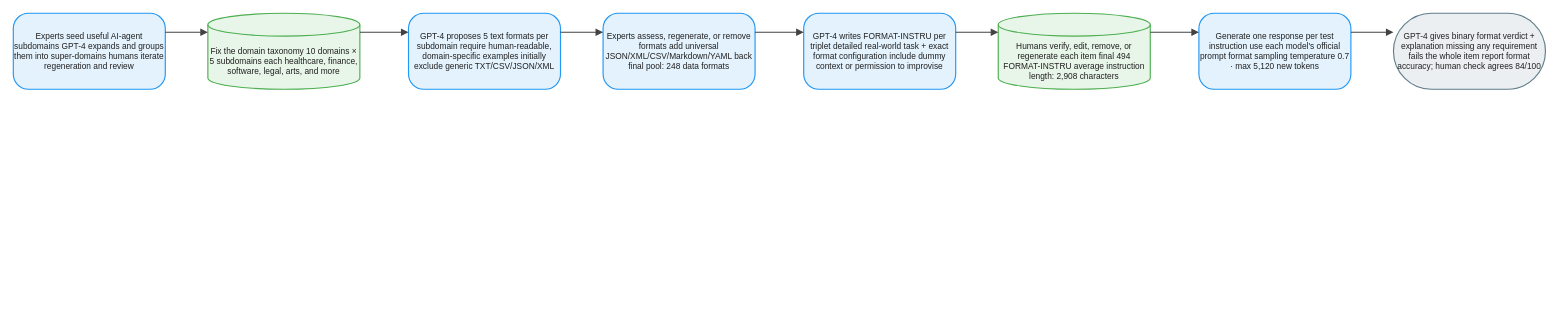
This is client/public/drawio/FOFO/FOFO.en.drawio from joe1chief/benchmark-hub, a draw.io file, before an edit. Source tidied: cells renumbered, new cells numbered last; positions are measured from the earlier drawing's top-left corner, leaving out a move shared by most shapes. Both pictures are drawn from the tidied source at 76%, with x=0, y=0 at pixel (13, 13).
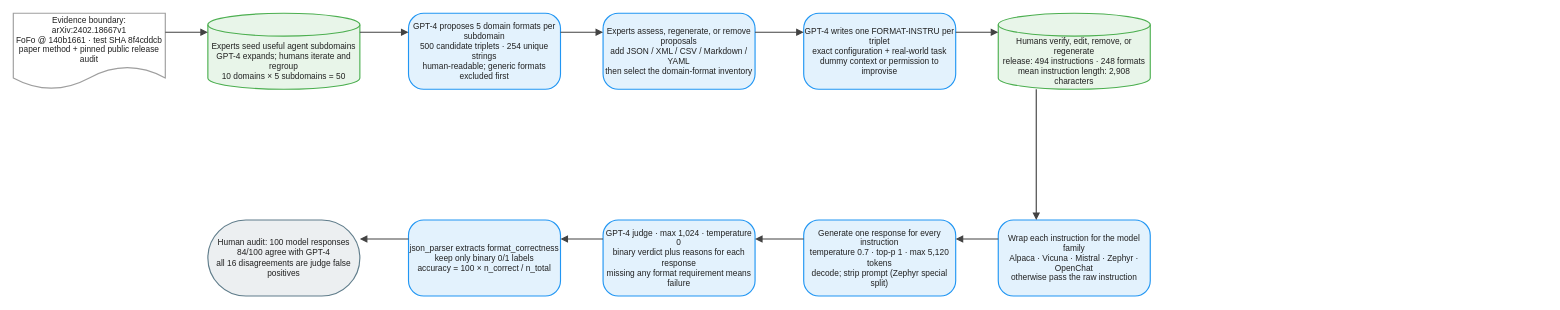
The same diagram, later.

Change to the diagram source:
```diff
@@
-    <mxCell id="2" value="Experts seed useful AI-agent subdomains GPT-4 expands and groups them into super-domains humans iterate regeneration and review" style="rounded=1;arcSize=20;html=1;whiteSpace=wrap;fillColor=#E3F2FD;strokeColor=#2196F3;strokeWidth=1.5;fontColor=#212121;fontSize=11;fontFamily=Arial, Helvetica, sans-serif;verticalAlign=middle;align=center;" parent="1" vertex="1">
+    <mxCell id="2" value="Evidence boundary: arXiv:2402.18667v1&#10;FoFo @ 140b1661 · test SHA 8f4cddcb&#10;paper method + pinned public release audit" style="shape=document;boundedLbl=1;html=0;convertToSvg=1;whiteSpace=wrap;fillColor=#FFFFFF;strokeColor=#9E9E9E;strokeWidth=1.5;fontColor=#212121;fontSize=11;fontFamily=Arial, Helvetica, sans-serif;verticalAlign=middle;align=center;" parent="1" vertex="1">
       <mxGeometry width="200" height="100" as="geometry" />
     </mxCell>
-    <mxCell id="3" value="Fix the domain taxonomy 10 domains × 5 subdomains each healthcare, finance, software, legal, arts, and more" style="shape=cylinder3;boundedLbl=1;backgroundOutline=1;size=15;html=1;whiteSpace=wrap;fillColor=#E8F5E9;strokeColor=#4CAF50;strokeWidth=1.5;fontColor=#212121;fontSize=11;fontFamily=Arial, Helvetica, sans-serif;verticalAlign=middle;align=center;" parent="1" vertex="1">
+    <mxCell id="3" value="Experts seed useful agent subdomains&#10;GPT-4 expands; humans iterate and regroup&#10;10 domains × 5 subdomains = 50" style="shape=cylinder3;boundedLbl=1;backgroundOutline=1;size=15;html=0;convertToSvg=1;whiteSpace=wrap;fillColor=#E8F5E9;strokeColor=#4CAF50;strokeWidth=1.5;fontColor=#212121;fontSize=11;fontFamily=Arial, Helvetica, sans-serif;verticalAlign=middle;align=center;" parent="1" vertex="1">
       <mxGeometry x="256" width="200" height="100" as="geometry" />
     </mxCell>
-    <mxCell id="4" value="GPT-4 proposes 5 text formats per subdomain require human-readable, domain-specific examples initially exclude generic TXT/CSV/JSON/XML" style="rounded=1;arcSize=20;html=1;whiteSpace=wrap;fillColor=#E3F2FD;strokeColor=#2196F3;strokeWidth=1.5;fontColor=#212121;fontSize=11;fontFamily=Arial, Helvetica, sans-serif;verticalAlign=middle;align=center;" parent="1" vertex="1">
+    <mxCell id="4" value="GPT-4 proposes 5 domain formats per subdomain&#10;500 candidate triplets · 254 unique strings&#10;human-readable; generic formats excluded first" style="rounded=1;arcSize=20;html=0;convertToSvg=1;whiteSpace=wrap;fillColor=#E3F2FD;strokeColor=#2196F3;strokeWidth=1.5;fontColor=#212121;fontSize=11;fontFamily=Arial, Helvetica, sans-serif;verticalAlign=middle;align=center;" parent="1" vertex="1">
       <mxGeometry x="520" width="200" height="100" as="geometry" />
     </mxCell>
-    <mxCell id="5" value="Experts assess, regenerate, or remove formats add universal JSON/XML/CSV/Markdown/YAML back final pool: 248 data formats" style="rounded=1;arcSize=20;html=1;whiteSpace=wrap;fillColor=#E3F2FD;strokeColor=#2196F3;strokeWidth=1.5;fontColor=#212121;fontSize=11;fontFamily=Arial, Helvetica, sans-serif;verticalAlign=middle;align=center;" parent="1" vertex="1">
+    <mxCell id="5" value="Experts assess, regenerate, or remove proposals&#10;add JSON / XML / CSV / Markdown / YAML&#10;then select the domain-format inventory" style="rounded=1;arcSize=20;html=0;convertToSvg=1;whiteSpace=wrap;fillColor=#E3F2FD;strokeColor=#2196F3;strokeWidth=1.5;fontColor=#212121;fontSize=11;fontFamily=Arial, Helvetica, sans-serif;verticalAlign=middle;align=center;" parent="1" vertex="1">
       <mxGeometry x="776" width="200" height="100" as="geometry" />
     </mxCell>
-    <mxCell id="6" value="GPT-4 writes FORMAT-INSTRU per triplet detailed real-world task + exact format configuration include dummy context or permission to improvise" style="rounded=1;arcSize=20;html=1;whiteSpace=wrap;fillColor=#E3F2FD;strokeColor=#2196F3;strokeWidth=1.5;fontColor=#212121;fontSize=11;fontFamily=Arial, Helvetica, sans-serif;verticalAlign=middle;align=center;" parent="1" vertex="1">
+    <mxCell id="6" value="GPT-4 writes one FORMAT-INSTRU per triplet&#10;exact configuration + real-world task&#10;dummy context or permission to improvise" style="rounded=1;arcSize=20;html=0;convertToSvg=1;whiteSpace=wrap;fillColor=#E3F2FD;strokeColor=#2196F3;strokeWidth=1.5;fontColor=#212121;fontSize=11;fontFamily=Arial, Helvetica, sans-serif;verticalAlign=middle;align=center;" parent="1" vertex="1">
       <mxGeometry x="1040" width="200" height="100" as="geometry" />
     </mxCell>
-    <mxCell id="7" value="Humans verify, edit, remove, or regenerate each item final 494 FORMAT-INSTRU average instruction length: 2,908 characters" style="shape=cylinder3;boundedLbl=1;backgroundOutline=1;size=15;html=1;whiteSpace=wrap;fillColor=#E8F5E9;strokeColor=#4CAF50;strokeWidth=1.5;fontColor=#212121;fontSize=11;fontFamily=Arial, Helvetica, sans-serif;verticalAlign=middle;align=center;" parent="1" vertex="1">
+    <mxCell id="7" value="Humans verify, edit, remove, or regenerate&#10;release: 494 instructions · 248 formats&#10;mean instruction length: 2,908 characters" style="shape=cylinder3;boundedLbl=1;backgroundOutline=1;size=15;html=0;convertToSvg=1;whiteSpace=wrap;fillColor=#E8F5E9;strokeColor=#4CAF50;strokeWidth=1.5;fontColor=#212121;fontSize=11;fontFamily=Arial, Helvetica, sans-serif;verticalAlign=middle;align=center;" parent="1" vertex="1">
       <mxGeometry x="1296" width="200" height="100" as="geometry" />
     </mxCell>
-    <mxCell id="8" value="Generate one response per test instruction use each model's official prompt format sampling temperature 0.7 · max 5,120 new tokens" style="rounded=1;arcSize=20;html=1;whiteSpace=wrap;fillColor=#E3F2FD;strokeColor=#2196F3;strokeWidth=1.5;fontColor=#212121;fontSize=11;fontFamily=Arial, Helvetica, sans-serif;verticalAlign=middle;align=center;" parent="1" vertex="1">
-      <mxGeometry x="1560" width="200" height="100" as="geometry" />
+    <mxCell id="8" value="Wrap each instruction for the model family&#10;Alpaca · Vicuna · Mistral · Zephyr · OpenChat&#10;otherwise pass the raw instruction" style="rounded=1;arcSize=20;html=0;convertToSvg=1;whiteSpace=wrap;fillColor=#E3F2FD;strokeColor=#2196F3;strokeWidth=1.5;fontColor=#212121;fontSize=11;fontFamily=Arial, Helvetica, sans-serif;verticalAlign=middle;align=center;" parent="1" vertex="1">
+      <mxGeometry x="1296" y="272" width="200" height="100" as="geometry" />
     </mxCell>
-    <mxCell id="9" value="GPT-4 gives binary format verdict + explanation missing any requirement fails the whole item report format accuracy; human check agrees 84/100" style="rounded=1;arcSize=50;html=1;whiteSpace=wrap;fillColor=#ECEFF1;strokeColor=#607D8B;strokeWidth=1.5;fontColor=#212121;fontSize=11;fontFamily=Arial, Helvetica, sans-serif;verticalAlign=middle;align=center;" parent="1" vertex="1">
-      <mxGeometry x="1816" width="200" height="100" as="geometry" />
+    <mxCell id="9" value="Generate one response for every instruction&#10;temperature 0.7 · top-p 1 · max 5,120 tokens&#10;decode; strip prompt (Zephyr special split)" style="rounded=1;arcSize=20;html=0;convertToSvg=1;whiteSpace=wrap;fillColor=#E3F2FD;strokeColor=#2196F3;strokeWidth=1.5;fontColor=#212121;fontSize=11;fontFamily=Arial, Helvetica, sans-serif;verticalAlign=middle;align=center;" parent="1" vertex="1">
+      <mxGeometry x="1040" y="272" width="200" height="100" as="geometry" />
     </mxCell>
-    <mxCell id="10" style="edgeStyle=orthogonalEdgeStyle;rounded=0;jettySize=auto;html=1;strokeColor=#424242;strokeWidth=1.5;endArrow=block;endFill=1;exitX=1;exitY=0.25;exitDx=0;exitDy=0;entryX=0;entryY=0.25;entryDx=0;entryDy=0;jumpStyle=arc;jumpSize=8;" parent="1" edge="1" source="2" target="3">
-      <mxGeometry relative="1" as="geometry" />
+    <mxCell id="10" value="GPT-4 judge · max 1,024 · temperature 0&#10;binary verdict plus reasons for each response&#10;missing any format requirement means failure" style="rounded=1;arcSize=20;html=0;convertToSvg=1;whiteSpace=wrap;fillColor=#E3F2FD;strokeColor=#2196F3;strokeWidth=1.5;fontColor=#212121;fontSize=11;fontFamily=Arial, Helvetica, sans-serif;verticalAlign=middle;align=center;" parent="1" vertex="1">
+      <mxGeometry x="776" y="272" width="200" height="100" as="geometry" />
     </mxCell>
-    <mxCell id="11" style="edgeStyle=orthogonalEdgeStyle;rounded=0;jettySize=auto;html=1;strokeColor=#424242;strokeWidth=1.5;endArrow=block;endFill=1;exitX=1;exitY=0.25;exitDx=0;exitDy=0;entryX=0;entryY=0.25;entryDx=0;entryDy=0;jumpStyle=arc;jumpSize=8;" parent="1" edge="1" source="3" target="4">
-      <mxGeometry relative="1" as="geometry" />
+    <mxCell id="11" value="json_parser extracts format_correctness&#10;keep only binary 0/1 labels&#10;accuracy = 100 × n_correct / n_total" style="rounded=1;arcSize=20;html=0;convertToSvg=1;whiteSpace=wrap;fillColor=#E3F2FD;strokeColor=#2196F3;strokeWidth=1.5;fontColor=#212121;fontSize=11;fontFamily=Arial, Helvetica, sans-serif;verticalAlign=middle;align=center;" parent="1" vertex="1">
+      <mxGeometry x="520" y="272" width="200" height="100" as="geometry" />
     </mxCell>
-    <mxCell id="12" style="edgeStyle=orthogonalEdgeStyle;rounded=0;jettySize=auto;html=1;strokeColor=#424242;strokeWidth=1.5;endArrow=block;endFill=1;exitX=1;exitY=0.25;exitDx=0;exitDy=0;entryX=0;entryY=0.25;entryDx=0;entryDy=0;jumpStyle=arc;jumpSize=8;" parent="1" edge="1" source="4" target="5">
-      <mxGeometry relative="1" as="geometry" />
+    <mxCell id="12" value="Human audit: 100 model responses&#10;84/100 agree with GPT-4&#10;all 16 disagreements are judge false positives" style="rounded=1;arcSize=50;html=0;convertToSvg=1;whiteSpace=wrap;fillColor=#ECEFF1;strokeColor=#607D8B;strokeWidth=1.5;fontColor=#212121;fontSize=11;fontFamily=Arial, Helvetica, sans-serif;verticalAlign=middle;align=center;" parent="1" vertex="1">
+      <mxGeometry x="256" y="272" width="200" height="100" as="geometry" />
     </mxCell>
-    <mxCell id="13" style="edgeStyle=orthogonalEdgeStyle;rounded=0;jettySize=auto;html=1;strokeColor=#424242;strokeWidth=1.5;endArrow=block;endFill=1;exitX=1;exitY=0.25;exitDx=0;exitDy=0;entryX=0;entryY=0.25;entryDx=0;entryDy=0;jumpStyle=arc;jumpSize=8;" parent="1" edge="1" source="5" target="6">
+    <mxCell id="13" style="edgeStyle=orthogonalEdgeStyle;rounded=0;jettySize=auto;html=0;convertToSvg=1;strokeColor=#424242;strokeWidth=1.5;endArrow=block;endFill=1;exitX=1;exitY=0.25;exitDx=0;exitDy=0;entryX=0;entryY=0.25;entryDx=0;entryDy=0;jumpStyle=arc;jumpSize=8;" parent="1" edge="1" source="2" target="3">
       <mxGeometry relative="1" as="geometry" />
     </mxCell>
-    <mxCell id="14" style="edgeStyle=orthogonalEdgeStyle;rounded=0;jettySize=auto;html=1;strokeColor=#424242;strokeWidth=1.5;endArrow=block;endFill=1;exitX=1;exitY=0.25;exitDx=0;exitDy=0;entryX=0;entryY=0.25;entryDx=0;entryDy=0;jumpStyle=arc;jumpSize=8;" parent="1" edge="1" source="6" target="7">
+    <mxCell id="14" style="edgeStyle=orthogonalEdgeStyle;rounded=0;jettySize=auto;html=0;convertToSvg=1;strokeColor=#424242;strokeWidth=1.5;endArrow=block;endFill=1;exitX=1;exitY=0.25;exitDx=0;exitDy=0;entryX=0;entryY=0.25;entryDx=0;entryDy=0;jumpStyle=arc;jumpSize=8;" parent="1" edge="1" source="3" target="4">
       <mxGeometry relative="1" as="geometry" />
     </mxCell>
-    <mxCell id="15" style="edgeStyle=orthogonalEdgeStyle;rounded=0;jettySize=auto;html=1;strokeColor=#424242;strokeWidth=1.5;endArrow=block;endFill=1;exitX=1;exitY=0.25;exitDx=0;exitDy=0;entryX=0;entryY=0.25;entryDx=0;entryDy=0;jumpStyle=arc;jumpSize=8;" parent="1" edge="1" source="7" target="8">
+    <mxCell id="15" style="edgeStyle=orthogonalEdgeStyle;rounded=0;jettySize=auto;html=0;convertToSvg=1;strokeColor=#424242;strokeWidth=1.5;endArrow=block;endFill=1;exitX=1;exitY=0.25;exitDx=0;exitDy=0;entryX=0;entryY=0.25;entryDx=0;entryDy=0;jumpStyle=arc;jumpSize=8;" parent="1" edge="1" source="4" target="5">
       <mxGeometry relative="1" as="geometry" />
     </mxCell>
-    <mxCell id="16" style="edgeStyle=orthogonalEdgeStyle;rounded=0;jettySize=auto;html=1;strokeColor=#424242;strokeWidth=1.5;endArrow=block;endFill=1;exitX=1;exitY=0.25;exitDx=0;exitDy=0;entryX=0;entryY=0.25;entryDx=0;entryDy=0;jumpStyle=arc;jumpSize=8;" parent="1" edge="1" source="8" target="9">
+    <mxCell id="16" style="edgeStyle=orthogonalEdgeStyle;rounded=0;jettySize=auto;html=0;convertToSvg=1;strokeColor=#424242;strokeWidth=1.5;endArrow=block;endFill=1;exitX=1;exitY=0.25;exitDx=0;exitDy=0;entryX=0;entryY=0.25;entryDx=0;entryDy=0;jumpStyle=arc;jumpSize=8;" parent="1" edge="1" source="5" target="6">
       <mxGeometry relative="1" as="geometry" />
     </mxCell>
+    <mxCell id="17" style="edgeStyle=orthogonalEdgeStyle;rounded=0;jettySize=auto;html=0;convertToSvg=1;strokeColor=#424242;strokeWidth=1.5;endArrow=block;endFill=1;exitX=1;exitY=0.25;exitDx=0;exitDy=0;entryX=0;entryY=0.25;entryDx=0;entryDy=0;jumpStyle=arc;jumpSize=8;" parent="1" edge="1" source="6" target="7">
+      <mxGeometry relative="1" as="geometry" />
+    </mxCell>
+    <mxCell id="18" style="edgeStyle=orthogonalEdgeStyle;rounded=0;jettySize=auto;html=0;convertToSvg=1;strokeColor=#424242;strokeWidth=1.5;endArrow=block;endFill=1;exitX=0.25;exitY=1;exitDx=0;exitDy=0;entryX=0.25;entryY=0;entryDx=0;entryDy=0;jumpStyle=arc;jumpSize=8;" parent="1" edge="1" source="7" target="8">
+      <mxGeometry relative="1" as="geometry" />
+    </mxCell>
+    <mxCell id="19" style="edgeStyle=orthogonalEdgeStyle;rounded=0;jettySize=auto;html=0;convertToSvg=1;strokeColor=#424242;strokeWidth=1.5;endArrow=block;endFill=1;exitX=0;exitY=0.25;exitDx=0;exitDy=0;entryX=1;entryY=0.25;entryDx=0;entryDy=0;jumpStyle=arc;jumpSize=8;" parent="1" edge="1" source="8" target="9">
+      <mxGeometry relative="1" as="geometry" />
+    </mxCell>
+    <mxCell id="20" style="edgeStyle=orthogonalEdgeStyle;rounded=0;jettySize=auto;html=0;convertToSvg=1;strokeColor=#424242;strokeWidth=1.5;endArrow=block;endFill=1;exitX=0;exitY=0.25;exitDx=0;exitDy=0;entryX=1;entryY=0.25;entryDx=0;entryDy=0;jumpStyle=arc;jumpSize=8;" parent="1" edge="1" source="9" target="10">
+      <mxGeometry relative="1" as="geometry" />
+    </mxCell>
+    <mxCell id="21" style="edgeStyle=orthogonalEdgeStyle;rounded=0;jettySize=auto;html=0;convertToSvg=1;strokeColor=#424242;strokeWidth=1.5;endArrow=block;endFill=1;exitX=0;exitY=0.25;exitDx=0;exitDy=0;entryX=1;entryY=0.25;entryDx=0;entryDy=0;jumpStyle=arc;jumpSize=8;" parent="1" edge="1" source="10" target="11">
+      <mxGeometry relative="1" as="geometry" />
+    </mxCell>
+    <mxCell id="22" style="edgeStyle=orthogonalEdgeStyle;rounded=0;jettySize=auto;html=0;convertToSvg=1;strokeColor=#424242;strokeWidth=1.5;endArrow=block;endFill=1;exitX=0;exitY=0.25;exitDx=0;exitDy=0;entryX=1;entryY=0.25;entryDx=0;entryDy=0;jumpStyle=arc;jumpSize=8;" parent="1" edge="1" source="11" target="12">
+      <mxGeometry relative="1" as="geometry" />
+    </mxCell>
```
